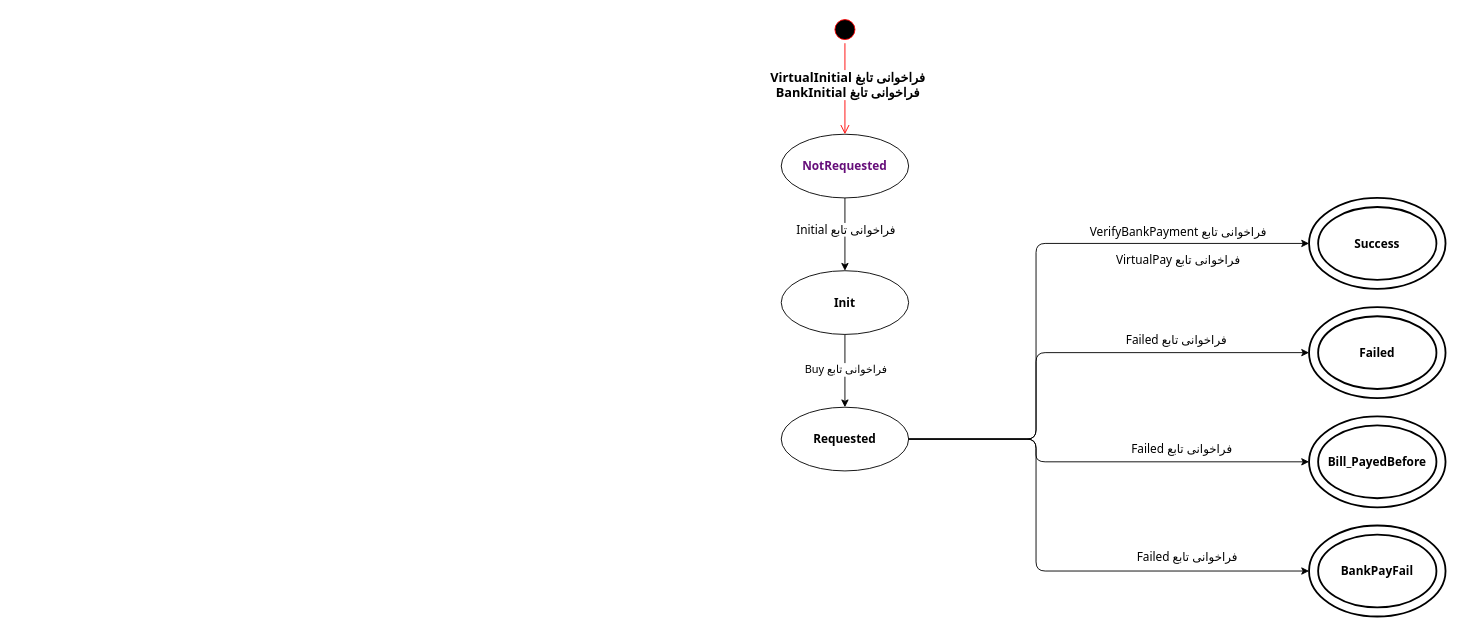
Above: page "ServiceStatus" (2 of 2) of Untitled Diagram.drawio in mojtabahm/diagram (draw.io), before the change. Source tidied: cells renumbered, new cells numbered last; positions are measured from the earlier drawing's top-left corner, leaving out a move shared by most shapes. Both pictures are drawn from the tidied source at 91%, with x=0, y=0 at pixel (781, 15).
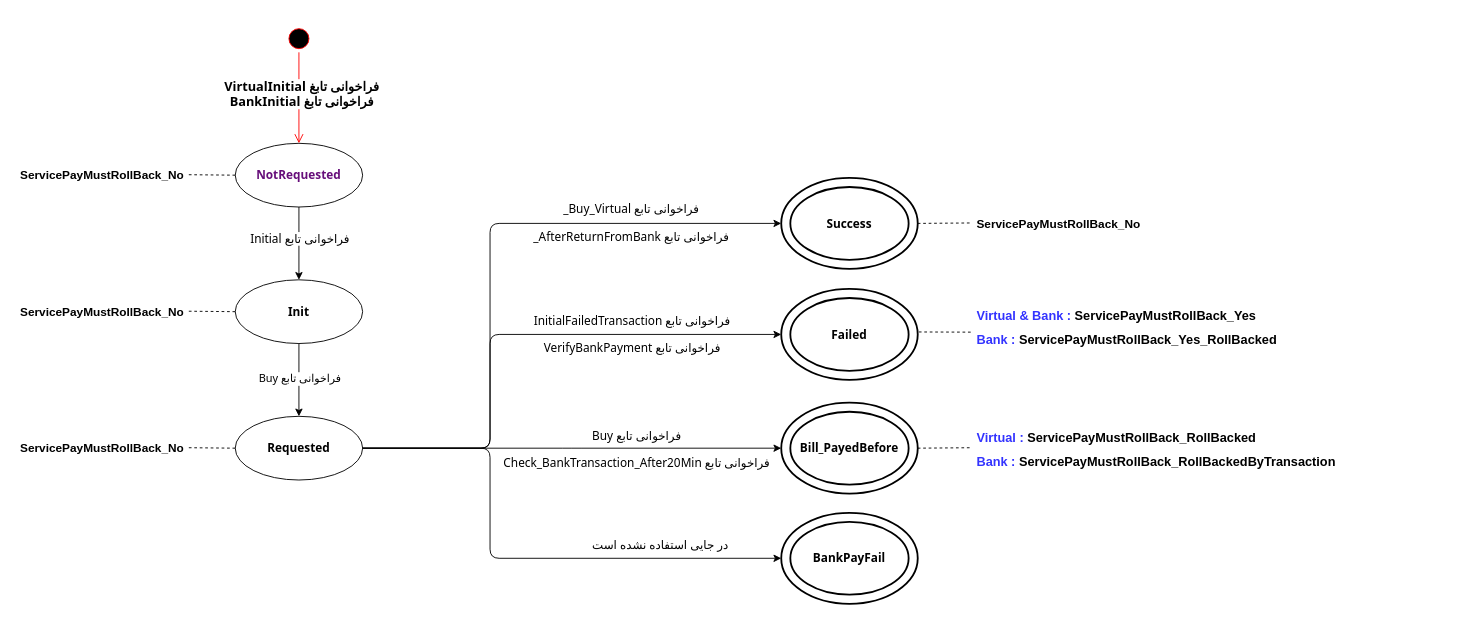
Above is the later version.

What changed in the source:
```diff
@@
     <mxCell id="4" value="&lt;div style=&quot;background-color: rgb(255 , 255 , 255)&quot;&gt;&lt;font color=&quot;#660e7a&quot;&gt;NotRequested&lt;/font&gt;&lt;br&gt;&lt;/div&gt;" style="ellipse;whiteSpace=wrap;html=1;fontFamily=Tahoma;fontSize=13;fontStyle=1;" parent="1" vertex="1">
-      <mxGeometry y="130" width="140" height="70" as="geometry" />
+      <mxGeometry x="-600" y="140" width="140" height="70" as="geometry" />
     </mxCell>
-    <mxCell id="5" style="ellipse;html=1;shape=startState;fillColor=#000000;strokeColor=#ff0000;fontFamily=Tahoma;" parent="1" vertex="1">
-      <mxGeometry x="55" width="30" height="30" as="geometry" />
-    </mxCell>
-    <mxCell id="6" style="edgeStyle=orthogonalEdgeStyle;html=1;verticalAlign=bottom;endArrow=open;endSize=8;strokeColor=#ff0000;fontFamily=Tahoma;entryX=0.5;entryY=0;entryDx=0;entryDy=0;" parent="1" edge="1" source="5" target="4">
-      <mxGeometry relative="1" as="geometry" />
-    </mxCell>
+    <mxCell id="24" style="ellipse;html=1;shape=startState;fillColor=#000000;strokeColor=#ff0000;fontFamily=Tahoma;" parent="1" vertex="1">
+      <mxGeometry x="-545" y="10" width="30" height="30" as="geometry" />
+    </mxCell>
+    <mxCell id="25" style="edgeStyle=orthogonalEdgeStyle;html=1;verticalAlign=bottom;endArrow=open;endSize=8;strokeColor=#ff0000;fontFamily=Tahoma;entryX=0.5;entryY=0;entryDx=0;entryDy=0;" parent="1" edge="1" source="24" target="4">
+      <mxGeometry relative="1" as="geometry" />
+    </mxCell>
-    <mxCell id="7" value="&lt;font&gt;&lt;span style=&quot;font-size: 14px&quot;&gt;&lt;b&gt;VirtualInitial&amp;nbsp;فراخوانی تابغ&lt;br&gt;&lt;/b&gt;&lt;/span&gt;&lt;b style=&quot;font-size: 14px&quot;&gt;BankInitial&amp;nbsp;فراخوانی تابغ&lt;br&gt;&lt;/b&gt;&lt;/font&gt;" style="text;html=1;align=center;verticalAlign=middle;labelBackgroundColor=#ffffff;fontFamily=Tahoma;" parent="6" vertex="1">
+    <mxCell id="7" value="&lt;font&gt;&lt;span style=&quot;font-size: 14px&quot;&gt;&lt;b&gt;VirtualInitial&amp;nbsp;فراخوانی تابغ&lt;br&gt;&lt;/b&gt;&lt;/span&gt;&lt;b style=&quot;font-size: 14px&quot;&gt;BankInitial&amp;nbsp;فراخوانی تابغ&lt;br&gt;&lt;/b&gt;&lt;/font&gt;" style="text;html=1;align=center;verticalAlign=middle;labelBackgroundColor=#ffffff;fontFamily=Tahoma;" parent="25" vertex="1">
       <mxGeometry x="-0.32" y="2" relative="1" as="geometry">
         <mxPoint y="11" as="offset" />
       </mxGeometry>
     </mxCell>
     <mxCell id="8" style="edgeStyle=orthogonalEdgeStyle;rounded=0;jettySize=auto;html=1;entryX=0.5;entryY=0;entryDx=0;entryDy=0;strokeColor=#000000;" parent="1" edge="1" source="10" target="11">
       <mxGeometry relative="1" as="geometry">
         <Array as="points">
-          <mxPoint x="70" y="390" />
-          <mxPoint x="70" y="390" />
+          <mxPoint x="-530" y="400" />
+          <mxPoint x="-530" y="400" />
         </Array>
       </mxGeometry>
     </mxCell>
@@
     <mxCell id="10" value="Init" style="ellipse;whiteSpace=wrap;html=1;fontFamily=Tahoma;fontSize=13;fontStyle=1;" parent="1" vertex="1">
-      <mxGeometry y="280" width="140" height="70" as="geometry" />
+      <mxGeometry x="-600" y="290" width="140" height="70" as="geometry" />
     </mxCell>
     <mxCell id="11" value="Requested" style="ellipse;whiteSpace=wrap;html=1;fontFamily=Tahoma;fontSize=13;fontStyle=1;" parent="1" vertex="1">
-      <mxGeometry y="430" width="140" height="70" as="geometry" />
+      <mxGeometry x="-600" y="440" width="140" height="70" as="geometry" />
     </mxCell>
     <mxCell id="12" value="Success" style="ellipse;shape=doubleEllipse;margin=10;strokeWidth=2;fontSize=13;whiteSpace=wrap;html=1;align=center;fontFamily=Tahoma;fontStyle=1;" parent="1" vertex="1">
-      <mxGeometry x="580" y="200" width="150" height="100" as="geometry" />
+      <mxGeometry y="178" width="150" height="100" as="geometry" />
     </mxCell>
     <mxCell id="13" style="edgeStyle=elbowEdgeStyle;elbow=horizontal;endArrow=classic;html=1;fontFamily=Tahoma;exitX=1;exitY=0.5;exitDx=0;exitDy=0;entryX=0;entryY=0.5;entryDx=0;entryDy=0;" parent="1" edge="1" source="11" target="12">
       <mxGeometry relative="1" as="geometry">
         <Array as="points">
-          <mxPoint x="280" y="350" />
+          <mxPoint x="-320" y="360" />
         </Array>
       </mxGeometry>
     </mxCell>
-    <mxCell id="14" value="VerifyBankPayment فراخوانی تابع&lt;br&gt;&lt;div&gt;&lt;br&gt;&lt;/div&gt;&lt;div&gt;VirtualPay فراخوانی تابع&lt;/div&gt;" style="text;html=1;align=center;verticalAlign=middle;labelBackgroundColor=none;fontSize=13;fontFamily=Tahoma;" parent="13" vertex="1">
-      <mxGeometry x="0.57" relative="1" as="geometry">
-        <mxPoint x="-4" y="2" as="offset" />
-      </mxGeometry>
-    </mxCell>
+    <mxCell id="26" value="_Buy_Virtual فراخوانی تابع&lt;br&gt;&lt;div&gt;&lt;br&gt;&lt;/div&gt;&lt;div&gt;_AfterReturnFromBank فراخوانی تابع&lt;/div&gt;" style="text;html=1;align=center;verticalAlign=middle;labelBackgroundColor=none;fontSize=13;fontFamily=Tahoma;" parent="13" vertex="1">
+      <mxGeometry x="0.57" relative="1" as="geometry">
+        <mxPoint x="-14" y="-1" as="offset" />
+      </mxGeometry>
+    </mxCell>
     <mxCell id="15" value="Failed" style="ellipse;shape=doubleEllipse;margin=10;strokeWidth=2;fontSize=13;whiteSpace=wrap;html=1;align=center;fontFamily=Tahoma;fontStyle=1;" parent="1" vertex="1">
-      <mxGeometry x="580" y="320" width="150" height="100" as="geometry" />
+      <mxGeometry y="300" width="150" height="100" as="geometry" />
     </mxCell>
     <mxCell id="16" style="edgeStyle=elbowEdgeStyle;elbow=horizontal;endArrow=classic;html=1;fontFamily=Tahoma;entryX=0;entryY=0.5;entryDx=0;entryDy=0;exitX=1;exitY=0.5;exitDx=0;exitDy=0;" parent="1" edge="1" source="11" target="15">
       <mxGeometry relative="1" as="geometry">
         <Array as="points">
-          <mxPoint x="280" y="369" />
+          <mxPoint x="-320" y="379" />
         </Array>
       </mxGeometry>
     </mxCell>
-    <mxCell id="17" value="&lt;span style=&quot;font-family: &amp;#34;tahoma&amp;#34;&quot;&gt;&lt;font style=&quot;font-size: 13px&quot;&gt;Failed فراخوانی تابع&lt;/font&gt;&lt;/span&gt;" style="text;html=1;align=center;verticalAlign=middle;labelBackgroundColor=none;fontSize=12;" parent="16" vertex="1">
-      <mxGeometry x="0.45" relative="1" as="geometry">
-        <mxPoint y="-15" as="offset" />
-      </mxGeometry>
-    </mxCell>
+    <mxCell id="27" value="&lt;font&gt;&lt;font face=&quot;tahoma&quot;&gt;&lt;span style=&quot;font-size: 13px&quot;&gt;InitialFailedTransaction&amp;nbsp;فراخوانی تابع&lt;/span&gt;&lt;br&gt;&lt;br&gt;&lt;span style=&quot;font-size: 13px&quot;&gt;VerifyBankPayment فراخوانی تابع&lt;/span&gt;&lt;br&gt;&lt;/font&gt;&lt;/font&gt;" style="text;html=1;align=center;verticalAlign=middle;labelBackgroundColor=none;fontSize=12;" parent="16" vertex="1">
+      <mxGeometry x="0.45" relative="1" as="geometry">
+        <mxPoint x="-4" y="-1" as="offset" />
+      </mxGeometry>
+    </mxCell>
     <mxCell id="18" value="Bill_PayedBefore" style="ellipse;shape=doubleEllipse;margin=10;strokeWidth=2;fontSize=13;whiteSpace=wrap;html=1;align=center;fontFamily=Tahoma;fontStyle=1;" parent="1" vertex="1">
-      <mxGeometry x="580" y="440" width="150" height="100" as="geometry" />
+      <mxGeometry y="425" width="150" height="100" as="geometry" />
     </mxCell>
     <mxCell id="19" style="edgeStyle=elbowEdgeStyle;elbow=horizontal;endArrow=classic;html=1;fontFamily=Tahoma;entryX=0;entryY=0.5;entryDx=0;entryDy=0;exitX=1;exitY=0.5;exitDx=0;exitDy=0;" parent="1" edge="1" source="11" target="18">
-      <mxGeometry relative="1" as="geometry">
-        <Array as="points">
-          <mxPoint x="280" y="530" />
-        </Array>
-      </mxGeometry>
+      <mxGeometry relative="1" as="geometry" />
     </mxCell>
-    <mxCell id="20" value="&lt;span style=&quot;font-family: &amp;#34;tahoma&amp;#34;&quot;&gt;&lt;font style=&quot;font-size: 13px&quot;&gt;Failed فراخوانی تابع&lt;/font&gt;&lt;/span&gt;" style="text;html=1;align=center;verticalAlign=middle;labelBackgroundColor=none;fontSize=12;" parent="19" vertex="1">
-      <mxGeometry x="0.48" relative="1" as="geometry">
-        <mxPoint x="-20" y="-15" as="offset" />
-      </mxGeometry>
-    </mxCell>
+    <mxCell id="28" value="&lt;font&gt;&lt;font face=&quot;tahoma&quot;&gt;&lt;span style=&quot;font-size: 13px&quot;&gt;Buy&amp;nbsp;فراخوانی تابع&lt;/span&gt;&lt;br&gt;&lt;br&gt;&lt;span style=&quot;font-size: 13px&quot;&gt;Check_BankTransaction_After20Min فراخوانی تابع&lt;/span&gt;&lt;br&gt;&lt;/font&gt;&lt;/font&gt;" style="text;html=1;align=center;verticalAlign=middle;labelBackgroundColor=none;fontSize=12;" parent="19" vertex="1">
+      <mxGeometry x="0.48" relative="1" as="geometry">
+        <mxPoint x="-40" as="offset" />
+      </mxGeometry>
+    </mxCell>
     <mxCell id="21" value="BankPayFail" style="ellipse;shape=doubleEllipse;margin=10;strokeWidth=2;fontSize=13;whiteSpace=wrap;html=1;align=center;fontFamily=Tahoma;fontStyle=1;" parent="1" vertex="1">
-      <mxGeometry x="580" y="560" width="150" height="100" as="geometry" />
+      <mxGeometry y="546" width="150" height="100" as="geometry" />
     </mxCell>
     <mxCell id="22" style="edgeStyle=elbowEdgeStyle;elbow=horizontal;endArrow=classic;html=1;fontFamily=Tahoma;entryX=0;entryY=0.5;entryDx=0;entryDy=0;exitX=1;exitY=0.5;exitDx=0;exitDy=0;" parent="1" edge="1" source="11" target="21">
       <mxGeometry relative="1" as="geometry">
         <Array as="points">
-          <mxPoint x="280" y="540" />
+          <mxPoint x="-320" y="550" />
         </Array>
       </mxGeometry>
     </mxCell>
-    <mxCell id="23" value="&lt;span style=&quot;font-family: tahoma; font-size: 13px;&quot;&gt;Failed فراخوانی تابع&lt;/span&gt;" style="text;html=1;align=center;verticalAlign=middle;labelBackgroundColor=none;fontSize=12;" parent="22" vertex="1">
-      <mxGeometry x="0.54" y="3" relative="1" as="geometry">
-        <mxPoint y="-13" as="offset" />
-      </mxGeometry>
-    </mxCell>
+    <mxCell id="29" value="&lt;font face=&quot;tahoma&quot;&gt;&lt;span style=&quot;font-size: 13px&quot;&gt;در جایی استفاده نشده است&lt;/span&gt;&lt;/font&gt;" style="text;html=1;align=center;verticalAlign=middle;labelBackgroundColor=none;fontSize=12;" parent="22" vertex="1">
+      <mxGeometry x="0.54" y="3" relative="1" as="geometry">
+        <mxPoint y="-13" as="offset" />
+      </mxGeometry>
+    </mxCell>
+    <mxCell id="30" value="&lt;h1&gt;&lt;font style=&quot;font-size: 13px&quot;&gt;ServicePayMustRollBack_No&lt;/font&gt;&lt;/h1&gt;" style="text;html=1;strokeColor=none;fillColor=none;spacing=5;spacingTop=-20;whiteSpace=wrap;overflow=hidden;rounded=0;" parent="1" vertex="1">
+      <mxGeometry x="-841" y="152" width="190" height="45" as="geometry" />
+    </mxCell>
+    <mxCell id="31" style="endArrow=none;dashed=1;html=1;entryX=0;entryY=0.5;entryDx=0;entryDy=0;exitX=1;exitY=0.5;exitDx=0;exitDy=0;" parent="1" edge="1" source="30" target="4">
+      <mxGeometry relative="1" as="geometry" />
+    </mxCell>
+    <mxCell id="32" value="&lt;h1&gt;&lt;font style=&quot;font-size: 13px&quot;&gt;ServicePayMustRollBack_No&lt;/font&gt;&lt;/h1&gt;" style="text;html=1;strokeColor=none;fillColor=none;spacing=5;spacingTop=-20;whiteSpace=wrap;overflow=hidden;rounded=0;" parent="1" vertex="1">
+      <mxGeometry x="-841" y="302" width="190" height="45" as="geometry" />
+    </mxCell>
+    <mxCell id="33" style="endArrow=none;dashed=1;html=1;exitX=1;exitY=0.5;exitDx=0;exitDy=0;entryX=0;entryY=0.5;entryDx=0;entryDy=0;" parent="1" edge="1" source="32" target="10">
+      <mxGeometry relative="1" as="geometry" />
+    </mxCell>
+    <mxCell id="34" value="&lt;h1&gt;&lt;font style=&quot;font-size: 13px&quot;&gt;ServicePayMustRollBack_No&lt;/font&gt;&lt;/h1&gt;" style="text;html=1;strokeColor=none;fillColor=none;spacing=5;spacingTop=-20;whiteSpace=wrap;overflow=hidden;rounded=0;" parent="1" vertex="1">
+      <mxGeometry x="-841" y="452" width="190" height="45" as="geometry" />
+    </mxCell>
+    <mxCell id="35" style="endArrow=none;dashed=1;html=1;exitX=1;exitY=0.5;exitDx=0;exitDy=0;entryX=0;entryY=0.5;entryDx=0;entryDy=0;" parent="1" edge="1" source="34" target="11">
+      <mxGeometry relative="1" as="geometry" />
+    </mxCell>
+    <mxCell id="36" value="&lt;h1&gt;&lt;font style=&quot;font-size: 13px&quot;&gt;ServicePayMustRollBack_No&lt;/font&gt;&lt;/h1&gt;" style="text;html=1;strokeColor=none;fillColor=none;spacing=5;spacingTop=-20;whiteSpace=wrap;overflow=hidden;rounded=0;" parent="1" vertex="1">
+      <mxGeometry x="210" y="205" width="190" height="45" as="geometry" />
+    </mxCell>
+    <mxCell id="37" style="endArrow=none;dashed=1;html=1;entryX=0;entryY=0.5;entryDx=0;entryDy=0;exitX=1;exitY=0.5;exitDx=0;exitDy=0;" parent="1" edge="1" source="12" target="36">
+      <mxGeometry relative="1" as="geometry" />
+    </mxCell>
+    <mxCell id="38" value="&lt;p style=&quot;line-height: 50%&quot;&gt;&lt;/p&gt;&lt;b&gt;&lt;font color=&quot;#3333ff&quot;&gt;&lt;span style=&quot;font-size: 14px&quot;&gt;Virtual &amp;amp;&amp;nbsp;&lt;/span&gt;&lt;/font&gt;&lt;font color=&quot;#3333ff&quot; style=&quot;font-size: 14px&quot;&gt;Bank :&lt;/font&gt;&lt;span style=&quot;font-size: 14px&quot;&gt; ServicePayMustRollBack_Yes&lt;/span&gt;&lt;font color=&quot;#3333ff&quot;&gt;&lt;span style=&quot;font-size: 14px&quot;&gt;&lt;br&gt;&lt;/span&gt;&lt;/font&gt;&lt;/b&gt;&lt;h1 style=&quot;font-size: 14px&quot;&gt;&lt;font style=&quot;font-size: 14px&quot;&gt;&lt;font color=&quot;#3333ff&quot;&gt;Bank : &lt;/font&gt;ServicePayMustRollBack_Yes_RollBacked&lt;/font&gt;&lt;/h1&gt;&lt;p&gt;&lt;/p&gt;" style="text;html=1;strokeColor=none;fillColor=none;spacing=5;spacingTop=-20;whiteSpace=wrap;overflow=hidden;rounded=0;glass=0;" parent="1" vertex="1">
+      <mxGeometry x="210" y="320" width="400" height="55" as="geometry" />
+    </mxCell>
+    <mxCell id="39" style="endArrow=none;dashed=1;html=1;exitX=1.008;exitY=0.473;exitDx=0;exitDy=0;exitPerimeter=0;entryX=0;entryY=0.5;entryDx=0;entryDy=0;" parent="1" edge="1" source="15" target="38">
+      <mxGeometry relative="1" as="geometry" />
+    </mxCell>
+    <mxCell id="40" value="&lt;h1&gt;&lt;/h1&gt;&lt;span style=&quot;font-size: 14px&quot;&gt;&lt;b&gt;&lt;font color=&quot;#3333ff&quot;&gt;Virtual :&lt;/font&gt;&amp;nbsp;&lt;/b&gt;&lt;/span&gt;&lt;b style=&quot;font-size: 14px&quot;&gt;ServicePayMustRollBack_RollBacked&lt;/b&gt;&lt;h1 style=&quot;font-size: 14px&quot;&gt;&lt;font color=&quot;#3333ff&quot;&gt;Bank :&amp;nbsp;&lt;/font&gt;ServicePayMustRollBack_RollBackedByTransaction&lt;/h1&gt;" style="text;html=1;strokeColor=none;fillColor=none;spacing=5;spacingTop=-20;whiteSpace=wrap;overflow=hidden;rounded=0;" parent="1" vertex="1">
+      <mxGeometry x="210" y="450" width="450" height="49" as="geometry" />
+    </mxCell>
+    <mxCell id="41" style="endArrow=none;dashed=1;html=1;entryX=0;entryY=0.5;entryDx=0;entryDy=0;exitX=1;exitY=0.5;exitDx=0;exitDy=0;" parent="1" edge="1" source="18" target="40">
+      <mxGeometry relative="1" as="geometry" />
+    </mxCell>
```
